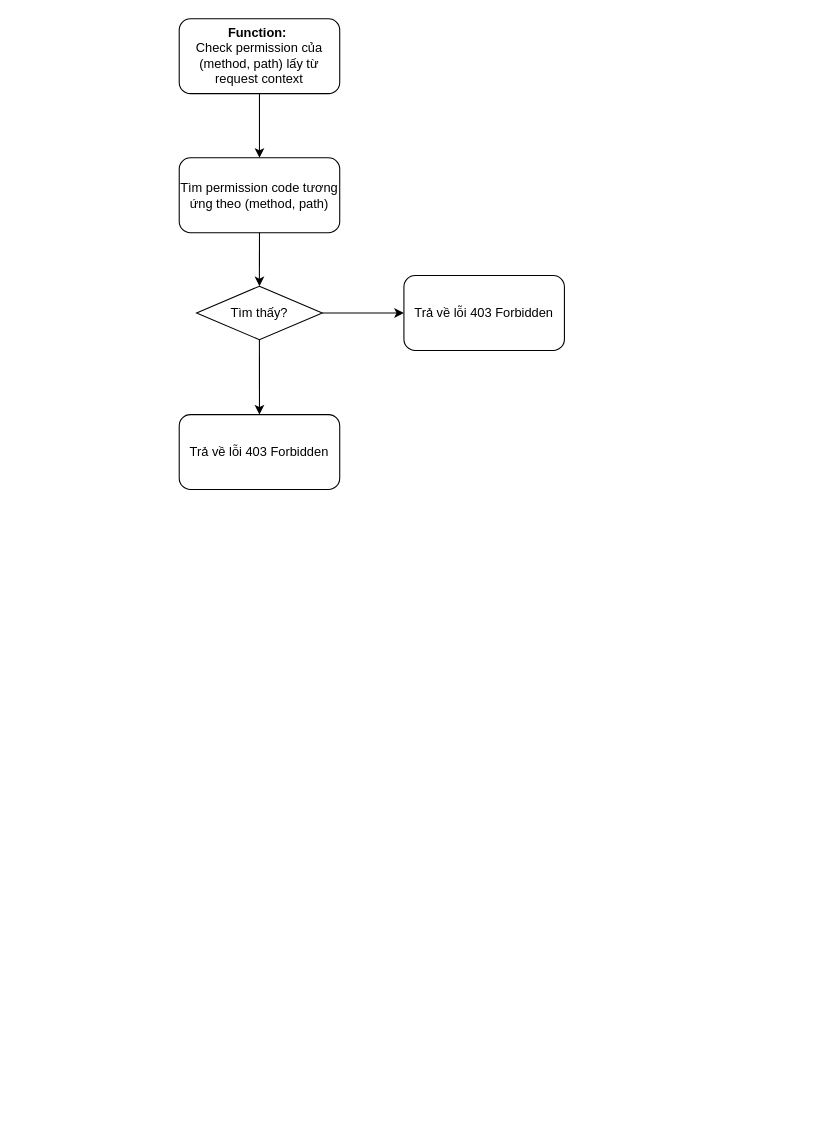
Above: page "Luồng check permission" (2 of 4) of SMG_phan_quyen_BE.drawio in hiep1097/drawio (draw.io), before the change. Source tidied: cells renumbered, new cells numbered last; positions are measured from the earlier drawing's top-left corner, leaving out a move shared by most shapes. Both pictures are drawn from the tidied source at 107%, with x=0, y=0 at pixel (179, 18).
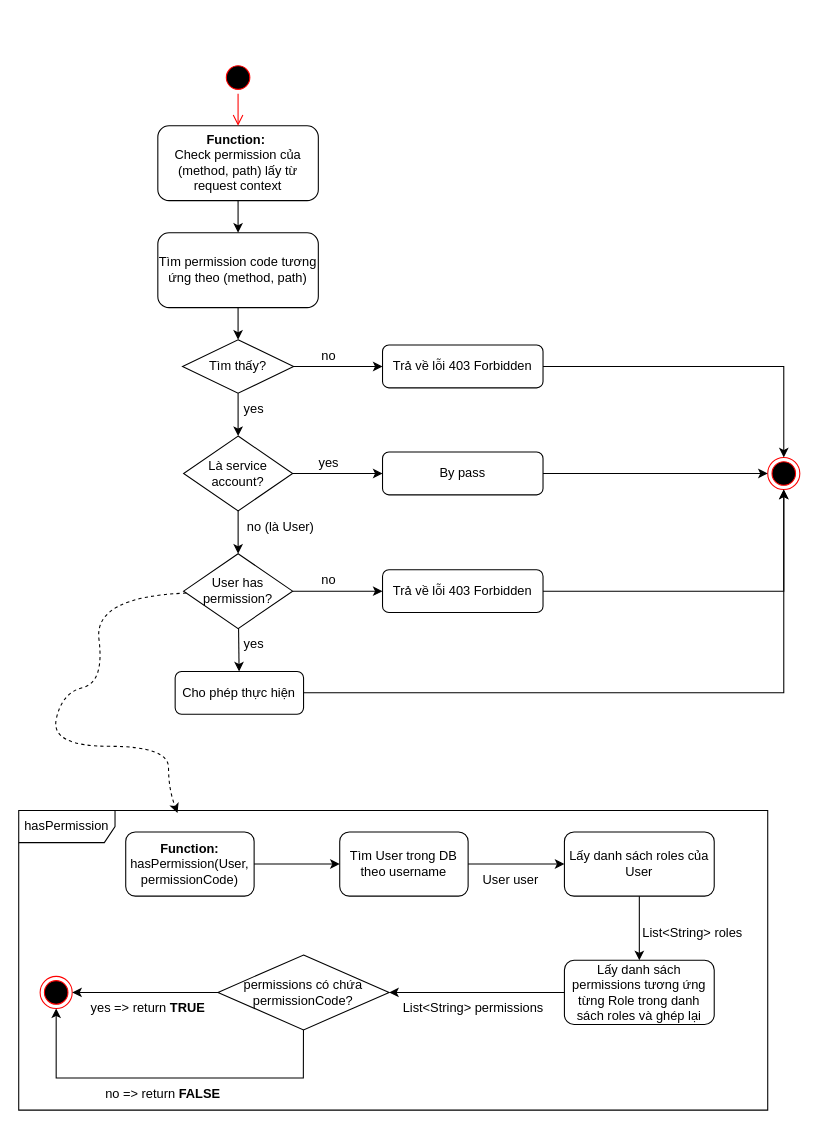
The same diagram, later.

Commit message:
Cập nhật SMG_phan_quyen_BE.drawio

The edit, as a diff of the source:
```diff
@@
     <mxCell id="2" value="&lt;b&gt;Function:&amp;nbsp;&lt;/b&gt;&lt;div&gt;Check permission của (method, path) lấy từ request context&lt;/div&gt;" style="rounded=1;whiteSpace=wrap;html=1;" parent="1" vertex="1">
-      <mxGeometry width="150" height="70" as="geometry" />
+      <mxGeometry x="-20" y="100" width="150" height="70" as="geometry" />
     </mxCell>
     <mxCell id="3" value="Tìm permission code tương ứng theo (method, path)" style="rounded=1;whiteSpace=wrap;html=1;" parent="1" vertex="1">
-      <mxGeometry y="130" width="150" height="70" as="geometry" />
+      <mxGeometry x="-20" y="200" width="150" height="70" as="geometry" />
     </mxCell>
@@
     <mxCell id="5" value="Tìm thấy?" style="rhombus;whiteSpace=wrap;html=1;" parent="1" vertex="1">
-      <mxGeometry x="16.2" y="250" width="117.5" height="50" as="geometry" />
+      <mxGeometry x="3.1" y="300" width="103.8" height="50" as="geometry" />
     </mxCell>
     <mxCell id="6" value="Trả về lỗi 403 Forbidden" style="rounded=1;whiteSpace=wrap;html=1;" parent="1" vertex="1">
-      <mxGeometry x="210" y="240" width="150" height="70" as="geometry" />
+      <mxGeometry x="190" y="305" width="150" height="40" as="geometry" />
     </mxCell>
@@
+    <mxCell id="10" style="endArrow=classic;html=1;rounded=0;" parent="1" edge="1" source="5" target="13">
+      <mxGeometry relative="1" as="geometry" />
+    </mxCell>
+    <mxCell id="11" value="no" style="text;html=1;whiteSpace=wrap;strokeColor=none;fillColor=none;align=center;verticalAlign=middle;rounded=0;" parent="1" vertex="1">
+      <mxGeometry x="110" y="300" width="60" height="30" as="geometry" />
+    </mxCell>
+    <mxCell id="12" value="yes" style="text;html=1;whiteSpace=wrap;strokeColor=none;fillColor=none;align=center;verticalAlign=middle;rounded=0;" parent="1" vertex="1">
+      <mxGeometry x="40" y="350" width="60" height="30" as="geometry" />
+    </mxCell>
+    <mxCell id="13" value="Là service account?" style="rhombus;whiteSpace=wrap;html=1;" parent="1" vertex="1">
+      <mxGeometry x="4.1" y="390" width="101.9" height="70" as="geometry" />
+    </mxCell>
+    <mxCell id="14" value="By pass" style="rounded=1;whiteSpace=wrap;html=1;" parent="1" vertex="1">
+      <mxGeometry x="190" y="405" width="150" height="40" as="geometry" />
+    </mxCell>
+    <mxCell id="15" style="endArrow=classic;html=1;rounded=0;" parent="1" edge="1" source="13" target="14">
+      <mxGeometry relative="1" as="geometry" />
+    </mxCell>
+    <mxCell id="16" value="yes" style="text;html=1;whiteSpace=wrap;strokeColor=none;fillColor=none;align=center;verticalAlign=middle;rounded=0;" parent="1" vertex="1">
+      <mxGeometry x="110" y="400" width="60" height="30" as="geometry" />
+    </mxCell>
+    <mxCell id="17" style="ellipse;html=1;shape=endState;fillColor=#000000;strokeColor=#ff0000;" parent="1" vertex="1">
+      <mxGeometry x="550" y="410" width="30" height="30" as="geometry" />
+    </mxCell>
+    <mxCell id="18" style="endArrow=classic;html=1;rounded=0;" parent="1" edge="1" source="6" target="17">
+      <mxGeometry relative="1" as="geometry">
+        <Array as="points">
+          <mxPoint x="565" y="325" />
+        </Array>
+      </mxGeometry>
+    </mxCell>
+    <mxCell id="19" style="endArrow=classic;html=1;rounded=0;" parent="1" edge="1" source="14" target="17">
+      <mxGeometry relative="1" as="geometry" />
+    </mxCell>
+    <mxCell id="20" style="endArrow=classic;html=1;rounded=0;" parent="1" edge="1" source="13" target="24">
+      <mxGeometry relative="1" as="geometry" />
+    </mxCell>
+    <mxCell id="21" value="no (là User)" style="text;html=1;whiteSpace=wrap;strokeColor=none;fillColor=none;align=center;verticalAlign=middle;rounded=0;" parent="1" vertex="1">
+      <mxGeometry x="50" y="460" width="90" height="30" as="geometry" />
+    </mxCell>
+    <mxCell id="22" style="ellipse;html=1;shape=startState;fillColor=#000000;strokeColor=#ff0000;" parent="1" vertex="1">
+      <mxGeometry x="40" y="40" width="30" height="30" as="geometry" />
+    </mxCell>
+    <mxCell id="23" style="edgeStyle=orthogonalEdgeStyle;html=1;verticalAlign=bottom;endArrow=open;endSize=8;strokeColor=#ff0000;rounded=0;" parent="1" edge="1" source="22" target="2">
+      <mxGeometry relative="1" as="geometry" />
+    </mxCell>
+    <mxCell id="24" value="User has permission?" style="rhombus;whiteSpace=wrap;html=1;" parent="1" vertex="1">
+      <mxGeometry x="4.1" y="500" width="101.9" height="70" as="geometry" />
+    </mxCell>
     <mxCell id="9" value="Trả về lỗi 403 Forbidden" style="rounded=1;whiteSpace=wrap;html=1;" parent="1" vertex="1">
-      <mxGeometry y="370" width="150" height="70" as="geometry" />
+      <mxGeometry x="190" y="515" width="150" height="40" as="geometry" />
     </mxCell>
-    <mxCell id="10" style="endArrow=classic;html=1;rounded=0;" parent="1" edge="1" source="5" target="9">
-      <mxGeometry relative="1" as="geometry" />
-    </mxCell>
+    <mxCell id="25" style="endArrow=classic;html=1;rounded=0;" parent="1" edge="1" source="24" target="9">
+      <mxGeometry relative="1" as="geometry" />
+    </mxCell>
+    <mxCell id="26" value="no" style="text;html=1;whiteSpace=wrap;strokeColor=none;fillColor=none;align=center;verticalAlign=middle;rounded=0;" parent="1" vertex="1">
+      <mxGeometry x="110" y="509.5" width="60" height="30" as="geometry" />
+    </mxCell>
+    <mxCell id="27" style="endArrow=classic;html=1;rounded=0;" parent="1" edge="1" source="9" target="17">
+      <mxGeometry relative="1" as="geometry">
+        <Array as="points">
+          <mxPoint x="565" y="535" />
+        </Array>
+      </mxGeometry>
+    </mxCell>
+    <mxCell id="28" value="Cho phép thực hiện" style="rounded=1;whiteSpace=wrap;html=1;" parent="1" vertex="1">
+      <mxGeometry x="-3.8" y="610" width="120" height="40" as="geometry" />
+    </mxCell>
+    <mxCell id="29" style="endArrow=classic;html=1;rounded=0;" parent="1" edge="1" source="24" target="28">
+      <mxGeometry relative="1" as="geometry" />
+    </mxCell>
+    <mxCell id="30" style="endArrow=classic;html=1;rounded=0;" parent="1" edge="1" source="28" target="17">
+      <mxGeometry relative="1" as="geometry">
+        <Array as="points">
+          <mxPoint x="565" y="630" />
+        </Array>
+      </mxGeometry>
+    </mxCell>
+    <mxCell id="31" value="yes" style="text;html=1;whiteSpace=wrap;strokeColor=none;fillColor=none;align=center;verticalAlign=middle;rounded=0;" parent="1" vertex="1">
+      <mxGeometry x="40" y="570" width="60" height="30" as="geometry" />
+    </mxCell>
+    <mxCell id="32" value="Tìm User trong DB theo username" style="rounded=1;whiteSpace=wrap;html=1;" parent="1" vertex="1">
+      <mxGeometry x="150" y="760" width="120" height="60" as="geometry" />
+    </mxCell>
+    <mxCell id="33" value="Lấy danh sách roles của User" style="rounded=1;whiteSpace=wrap;html=1;" parent="1" vertex="1">
+      <mxGeometry x="360" y="760" width="140" height="60" as="geometry" />
+    </mxCell>
+    <mxCell id="34" value="Lấy danh sách permissions tương ứng từng Role trong danh sách roles và ghép lại" style="rounded=1;whiteSpace=wrap;html=1;" parent="1" vertex="1">
+      <mxGeometry x="360" y="880" width="140" height="60" as="geometry" />
+    </mxCell>
+    <mxCell id="35" value="&lt;div&gt;&lt;b&gt;Function:&lt;/b&gt;&lt;/div&gt;hasPermission(User, permissionCode)" style="rounded=1;whiteSpace=wrap;html=1;" parent="1" vertex="1">
+      <mxGeometry x="-50" y="760" width="120" height="60" as="geometry" />
+    </mxCell>
+    <mxCell id="36" value="permissions có chứa permissionCode?" style="rhombus;whiteSpace=wrap;html=1;" parent="1" vertex="1">
+      <mxGeometry x="36.2" y="875" width="160" height="70" as="geometry" />
+    </mxCell>
+    <mxCell id="37" style="ellipse;html=1;shape=endState;fillColor=#000000;strokeColor=#ff0000;" parent="1" vertex="1">
+      <mxGeometry x="-130" y="895" width="30" height="30" as="geometry" />
+    </mxCell>
+    <mxCell id="38" style="endArrow=classic;html=1;rounded=0;" parent="1" edge="1" source="36" target="37">
+      <mxGeometry relative="1" as="geometry">
+        <Array as="points">
+          <mxPoint x="116" y="990" />
+          <mxPoint x="-115" y="990" />
+        </Array>
+      </mxGeometry>
+    </mxCell>
+    <mxCell id="39" style="endArrow=classic;html=1;rounded=0;" parent="1" edge="1" source="35" target="32">
+      <mxGeometry relative="1" as="geometry" />
+    </mxCell>
+    <mxCell id="40" style="endArrow=classic;html=1;rounded=0;" parent="1" edge="1" source="32" target="33">
+      <mxGeometry relative="1" as="geometry" />
+    </mxCell>
+    <mxCell id="41" style="endArrow=classic;html=1;rounded=0;" parent="1" edge="1" source="33" target="34">
+      <mxGeometry relative="1" as="geometry" />
+    </mxCell>
+    <mxCell id="42" style="endArrow=classic;html=1;rounded=0;" parent="1" edge="1" source="34" target="36">
+      <mxGeometry relative="1" as="geometry" />
+    </mxCell>
+    <mxCell id="43" style="endArrow=classic;html=1;rounded=0;" parent="1" edge="1" source="36" target="37">
+      <mxGeometry relative="1" as="geometry" />
+    </mxCell>
+    <mxCell id="44" value="yes =&amp;gt; return &lt;b&gt;TRUE&lt;/b&gt;" style="text;html=1;whiteSpace=wrap;strokeColor=none;fillColor=none;align=center;verticalAlign=middle;rounded=0;" parent="1" vertex="1">
+      <mxGeometry x="-84.1" y="910" width="110" height="30" as="geometry" />
+    </mxCell>
+    <mxCell id="45" value="no =&amp;gt; return &lt;b&gt;FALSE&lt;/b&gt;" style="text;html=1;whiteSpace=wrap;strokeColor=none;fillColor=none;align=center;verticalAlign=middle;rounded=0;" parent="1" vertex="1">
+      <mxGeometry x="-70" y="990" width="110" height="30" as="geometry" />
+    </mxCell>
+    <mxCell id="46" style="endArrow=classic;html=1;rounded=0;curved=1;dashed=1;entryX=0.212;entryY=0.008;entryDx=0;entryDy=0;entryPerimeter=0;" parent="1" edge="1" source="24" target="47">
+      <mxGeometry relative="1" as="geometry">
+        <Array as="points">
+          <mxPoint x="-80" y="540" />
+          <mxPoint x="-70" y="620" />
+          <mxPoint x="-110" y="630" />
+          <mxPoint x="-120" y="680" />
+          <mxPoint x="-10" y="680" />
+          <mxPoint x="-10" y="720" />
+        </Array>
+      </mxGeometry>
+    </mxCell>
+    <mxCell id="47" value="hasPermission" style="shape=umlFrame;whiteSpace=wrap;html=1;width=90;height=30;" parent="1" vertex="1">
+      <mxGeometry x="-150" y="740" width="700" height="280" as="geometry" />
+    </mxCell>
+    <mxCell id="48" value="User user" style="text;html=1;whiteSpace=wrap;strokeColor=none;fillColor=none;align=center;verticalAlign=middle;rounded=0;" parent="1" vertex="1">
+      <mxGeometry x="280" y="790" width="60" height="30" as="geometry" />
+    </mxCell>
+    <mxCell id="49" value="List&amp;lt;String&amp;gt; roles" style="text;html=1;whiteSpace=wrap;strokeColor=none;fillColor=none;align=center;verticalAlign=middle;rounded=0;" parent="1" vertex="1">
+      <mxGeometry x="430" y="840" width="100" height="30" as="geometry" />
+    </mxCell>
+    <mxCell id="50" value="List&amp;lt;String&amp;gt; permissions" style="text;html=1;whiteSpace=wrap;strokeColor=none;fillColor=none;align=center;verticalAlign=middle;rounded=0;" parent="1" vertex="1">
+      <mxGeometry x="200" y="910" width="150" height="30" as="geometry" />
+    </mxCell>
```
